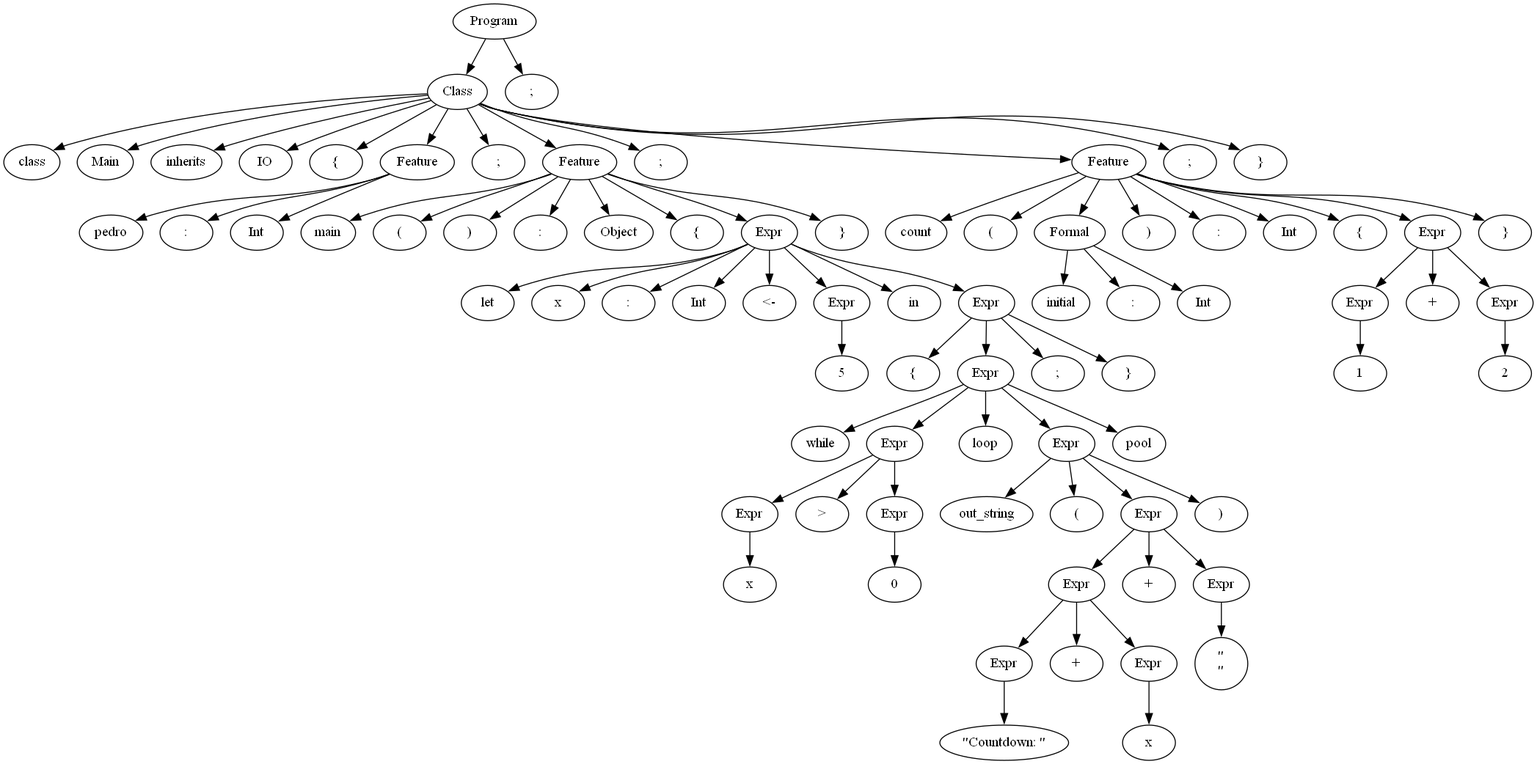
The Graphviz diagram output.gv.png in Manuel-Archila/Proyecto0_CC, before a commit. Its source is kept beside it as output.gv.
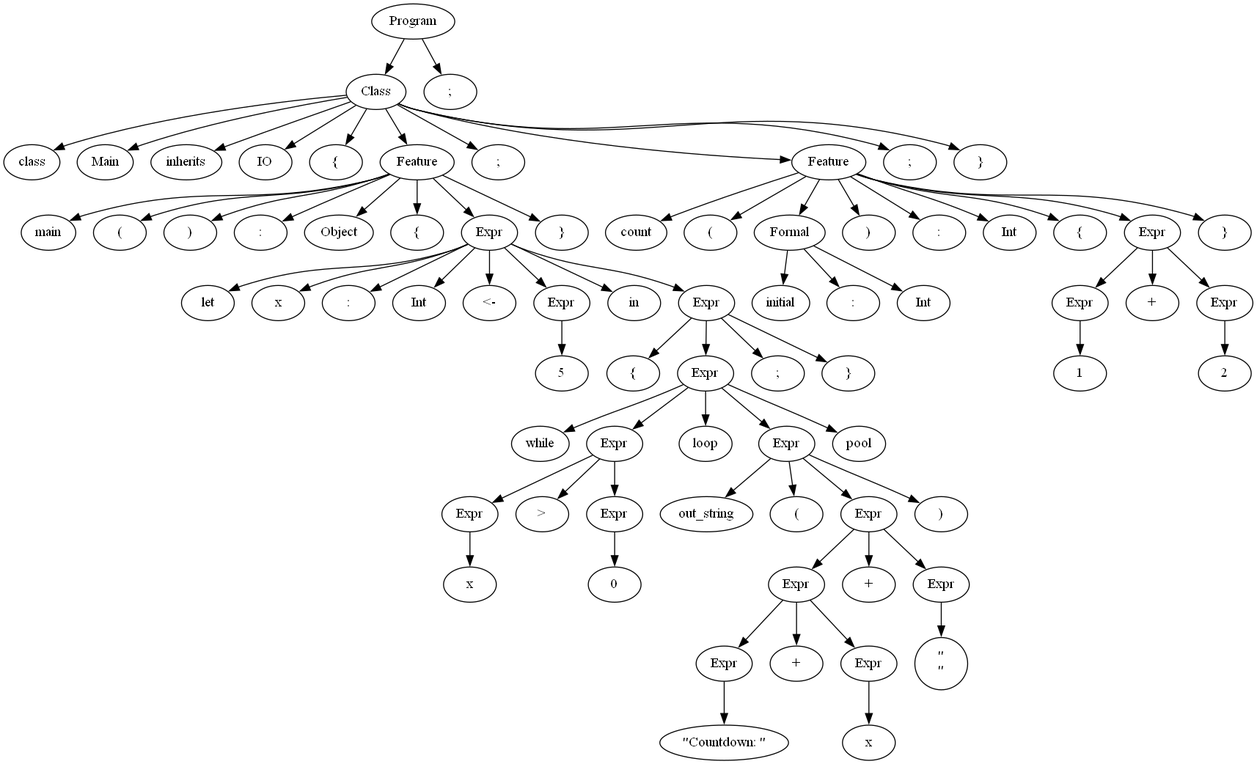
After the commit.

Diff of the diagram source:
```diff
@@ -15,145 +15,135 @@
 	1 -> 7
 	7 [label=Feature]
 	7 -> 8
-	8 [label=pedro]
+	8 [label=main]
 	7 -> 9
-	9 [label=":"]
+	9 [label="("]
 	7 -> 10
-	10 [label=Int]
-	1 -> 11
-	11 [label=";"]
-	1 -> 12
-	12 [label=Feature]
-	12 -> 13
-	13 [label=main]
-	12 -> 14
-	14 [label="("]
-	12 -> 15
-	15 [label=")"]
-	12 -> 16
-	16 [label=":"]
-	12 -> 17
-	17 [label=Object]
-	12 -> 18
-	18 [label="{"]
-	12 -> 19
-	19 [label=Expr]
-	19 -> 20
-	20 [label=let]
-	19 -> 21
-	21 [label=x]
-	19 -> 22
-	22 [label=":"]
-	19 -> 23
-	23 [label=Int]
-	19 -> 24
-	24 [label="<-"]
-	19 -> 25
+	10 [label=")"]
+	7 -> 11
+	11 [label=":"]
+	7 -> 12
+	12 [label=Object]
+	7 -> 13
+	13 [label="{"]
+	7 -> 14
+	14 [label=Expr]
+	14 -> 15
+	15 [label=let]
+	14 -> 16
+	16 [label=x]
+	14 -> 17
+	17 [label=":"]
+	14 -> 18
+	18 [label=Int]
+	14 -> 19
+	19 [label="<-"]
+	14 -> 20
+	20 [label=Expr]
+	20 -> 21
+	21 [label=5]
+	14 -> 22
+	22 [label=in]
+	14 -> 23
+	23 [label=Expr]
+	23 -> 24
+	24 [label="{"]
+	23 -> 25
 	25 [label=Expr]
 	25 -> 26
-	26 [label=5]
-	19 -> 27
-	27 [label=in]
-	19 -> 28
+	26 [label=while]
+	25 -> 27
+	27 [label=Expr]
+	27 -> 28
 	28 [label=Expr]
 	28 -> 29
-	29 [label="{"]
-	28 -> 30
-	30 [label=Expr]
-	30 -> 31
-	31 [label=while]
-	30 -> 32
-	32 [label=Expr]
-	32 -> 33
-	33 [label=Expr]
-	33 -> 34
-	34 [label=x]
-	32 -> 35
-	35 [label=">"]
-	32 -> 36
-	36 [label=Expr]
-	36 -> 37
-	37 [label=0]
-	30 -> 38
-	38 [label=loop]
-	30 -> 39
+	29 [label=x]
+	27 -> 30
+	30 [label=">"]
+	27 -> 31
+	31 [label=Expr]
+	31 -> 32
+	32 [label=0]
+	25 -> 33
+	33 [label=loop]
+	25 -> 34
+	34 [label=Expr]
+	34 -> 35
+	35 [label=out_string]
+	34 -> 36
+	36 [label="("]
+	34 -> 37
+	37 [label=Expr]
+	37 -> 38
+	38 [label=Expr]
+	38 -> 39
 	39 [label=Expr]
 	39 -> 40
-	40 [label=out_string]
-	39 -> 41
-	41 [label="("]
-	39 -> 42
+	40 [label="\"Countdown: \""]
+	38 -> 41
+	41 [label="+"]
+	38 -> 42
 	42 [label=Expr]
 	42 -> 43
-	43 [label=Expr]
-	43 -> 44
-	44 [label=Expr]
-	44 -> 45
-	45 [label="\"Countdown: \""]
-	43 -> 46
-	46 [label="+"]
-	43 -> 47
-	47 [label=Expr]
-	47 -> 48
-	48 [label=x]
-	42 -> 49
-	49 [label="+"]
-	42 -> 50
-	50 [label=Expr]
-	50 -> 51
-	51 [label="\"\n\""]
-	39 -> 52
-	52 [label=")"]
-	30 -> 53
-	53 [label=pool]
-	28 -> 54
-	54 [label=";"]
-	28 -> 55
-	55 [label="}"]
-	12 -> 56
-	56 [label="}"]
-	1 -> 57
-	57 [label=";"]
-	1 -> 58
-	58 [label=Feature]
-	58 -> 59
-	59 [label=count]
-	58 -> 60
-	60 [label="("]
-	58 -> 61
-	61 [label=Formal]
-	61 -> 62
-	62 [label=initial]
-	61 -> 63
-	63 [label=":"]
-	61 -> 64
-	64 [label=Int]
-	58 -> 65
-	65 [label=")"]
-	58 -> 66
-	66 [label=":"]
-	58 -> 67
-	67 [label=Int]
-	58 -> 68
-	68 [label="{"]
-	58 -> 69
-	69 [label=Expr]
-	69 -> 70
-	70 [label=Expr]
-	70 -> 71
-	71 [label=1]
-	69 -> 72
-	72 [label="+"]
-	69 -> 73
-	73 [label=Expr]
-	73 -> 74
-	74 [label=2]
-	58 -> 75
-	75 [label="}"]
-	1 -> 76
-	76 [label=";"]
-	1 -> 77
-	77 [label="}"]
-	0 -> 78
-	78 [label=";"]
+	43 [label=x]
+	37 -> 44
+	44 [label="+"]
+	37 -> 45
+	45 [label=Expr]
+	45 -> 46
+	46 [label="\"\n\""]
+	34 -> 47
+	47 [label=")"]
+	25 -> 48
+	48 [label=pool]
+	23 -> 49
+	49 [label=";"]
+	23 -> 50
+	50 [label="}"]
+	7 -> 51
+	51 [label="}"]
+	1 -> 52
+	52 [label=";"]
+	1 -> 53
+	53 [label=Feature]
+	53 -> 54
+	54 [label=count]
+	53 -> 55
+	55 [label="("]
+	53 -> 56
+	56 [label=Formal]
+	56 -> 57
+	57 [label=initial]
+	56 -> 58
+	58 [label=":"]
+	56 -> 59
+	59 [label=Int]
+	53 -> 60
+	60 [label=")"]
+	53 -> 61
+	61 [label=":"]
+	53 -> 62
+	62 [label=Int]
+	53 -> 63
+	63 [label="{"]
+	53 -> 64
+	64 [label=Expr]
+	64 -> 65
+	65 [label=Expr]
+	65 -> 66
+	66 [label=1]
+	64 -> 67
+	67 [label="+"]
+	64 -> 68
+	68 [label=Expr]
+	68 -> 69
+	69 [label=2]
+	53 -> 70
+	70 [label="}"]
+	1 -> 71
+	71 [label=";"]
+	1 -> 72
+	72 [label="}"]
+	0 -> 73
+	73 [label=";"]
 }
```
